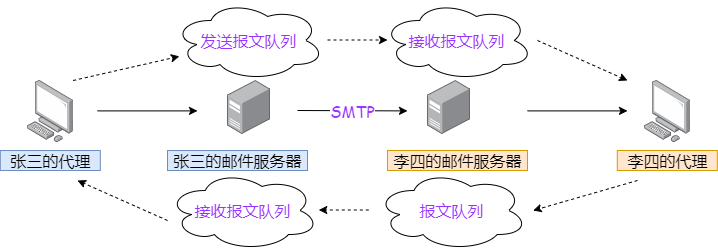
Earlier version of the draw.io export computer_network/应用层2.png (suchuhong/knowledgeImage). Source tidied: cells renumbered, new cells last; positions are measured from the earlier drawing's top-left corner, leaving out a move shared by most shapes. Source of this version:
```xml
<mxGraphModel>
  <root>
    <mxCell id="0" />
    <mxCell id="1" parent="0" />
    <mxCell id="2" style="html=1;align=center;shadow=0;dashed=0;image;image=img/lib/allied_telesis/computer_and_terminals/Personal_Computer.svg;" parent="1" vertex="1">
      <mxGeometry x="27" y="80" width="45.6" height="61.8" as="geometry" />
    </mxCell>
    <mxCell id="3" style="html=1;align=center;shadow=0;dashed=0;image;image=img/lib/allied_telesis/computer_and_terminals/Server_Desktop.svg;" parent="1" vertex="1">
      <mxGeometry x="227" y="80" width="42.6" height="54" as="geometry" />
    </mxCell>
    <mxCell id="4" style="points=[];html=1;align=center;shadow=0;dashed=0;image;image=img/lib/allied_telesis/computer_and_terminals/Personal_Computer.svg;" parent="1" vertex="1">
      <mxGeometry x="644" y="80" width="45.6" height="61.8" as="geometry" />
    </mxCell>
    <mxCell id="5" style="html=1;align=center;shadow=0;dashed=0;image;image=img/lib/allied_telesis/computer_and_terminals/Server_Desktop.svg;" parent="1" vertex="1">
      <mxGeometry x="427" y="80" width="42.6" height="54" as="geometry" />
    </mxCell>
    <mxCell id="6" value="&lt;font style=&quot;font-size: 16px&quot; face=&quot;Comic Sans MS&quot;&gt;张三的代理&lt;/font&gt;" style="text;html=1;align=center;verticalAlign=middle;fillColor=#dae8fc;strokeColor=#6c8ebf;" parent="1" vertex="1">
      <mxGeometry x="-0.2" y="150" width="100" height="20" as="geometry" />
    </mxCell>
    <mxCell id="7" value="&lt;font style=&quot;font-size: 16px&quot; face=&quot;Comic Sans MS&quot;&gt;张三的邮件服务器&lt;br&gt;&lt;/font&gt;" style="text;html=1;align=center;verticalAlign=middle;fillColor=#dae8fc;strokeColor=#6c8ebf;" parent="1" vertex="1">
      <mxGeometry x="167" y="150" width="140" height="20" as="geometry" />
    </mxCell>
    <mxCell id="8" value="&lt;font style=&quot;font-size: 16px&quot; face=&quot;Comic Sans MS&quot;&gt;李四的邮件服务器&lt;/font&gt;" style="text;html=1;align=center;verticalAlign=middle;fillColor=#ffe6cc;strokeColor=#d79b00;" parent="1" vertex="1">
      <mxGeometry x="387" y="150" width="140" height="20" as="geometry" />
    </mxCell>
    <mxCell id="9" value="&lt;font style=&quot;font-size: 16px&quot; face=&quot;Comic Sans MS&quot;&gt;李四的代理&lt;/font&gt;" style="text;html=1;align=center;verticalAlign=middle;fillColor=#ffe6cc;strokeColor=#d79b00;" parent="1" vertex="1">
      <mxGeometry x="616.8" y="150" width="100" height="20" as="geometry" />
    </mxCell>
    <mxCell id="10" style="endArrow=classic;html=1;" parent="1" edge="1">
      <mxGeometry relative="1" as="geometry">
        <mxPoint x="97" y="110.4" as="sourcePoint" />
        <mxPoint x="197" y="110.4" as="targetPoint" />
      </mxGeometry>
    </mxCell>
    <mxCell id="11" style="endArrow=classic;html=1;" parent="1" edge="1">
      <mxGeometry relative="1" as="geometry">
        <mxPoint x="297" y="110" as="sourcePoint" />
        <mxPoint x="407" y="110.4" as="targetPoint" />
      </mxGeometry>
    </mxCell>
    <mxCell id="12" value="SMTP" style="edgeLabel;align=center;verticalAlign=middle;html=1;fontFamily=Comic Sans MS;fontSize=16;fontColor=#9933FF;" parent="11" vertex="1">
      <mxGeometry relative="1" as="geometry" />
    </mxCell>
    <mxCell id="13" style="endArrow=classic;html=1;" parent="1" edge="1">
      <mxGeometry relative="1" as="geometry">
        <mxPoint x="527" y="110.4" as="sourcePoint" />
        <mxPoint x="627" y="110.4" as="targetPoint" />
      </mxGeometry>
    </mxCell>
    <mxCell id="14" value="发送报文队列" style="ellipse;shape=cloud;whiteSpace=wrap;html=1;fontFamily=Comic Sans MS;fontSize=16;fontColor=#9933FF;" parent="1" vertex="1">
      <mxGeometry x="172.6" width="151.3" height="80" as="geometry" />
    </mxCell>
    <mxCell id="15" value="接收报文队列" style="ellipse;shape=cloud;whiteSpace=wrap;html=1;fontFamily=Comic Sans MS;fontSize=16;fontColor=#9933FF;" parent="1" vertex="1">
      <mxGeometry x="381.4" width="151.3" height="80" as="geometry" />
    </mxCell>
    <mxCell id="16" value="报文队列" style="ellipse;shape=cloud;whiteSpace=wrap;html=1;fontFamily=Comic Sans MS;fontSize=16;fontColor=#9933FF;" parent="1" vertex="1">
      <mxGeometry x="375.7" y="170" width="151.3" height="80" as="geometry" />
    </mxCell>
    <mxCell id="17" value="接收报文队列" style="ellipse;shape=cloud;whiteSpace=wrap;html=1;fontFamily=Comic Sans MS;fontSize=16;fontColor=#9933FF;" parent="1" vertex="1">
      <mxGeometry x="167" y="170" width="151.3" height="80" as="geometry" />
    </mxCell>
    <mxCell id="18" style="endArrow=classic;html=1;fontFamily=Comic Sans MS;fontSize=16;fontColor=#9933FF;dashed=1;" parent="1" edge="1" target="14">
      <mxGeometry relative="1" as="geometry">
        <mxPoint x="72.6" y="80" as="sourcePoint" />
      </mxGeometry>
    </mxCell>
    <mxCell id="19" style="endArrow=classic;html=1;dashed=1;" parent="1" edge="1">
      <mxGeometry relative="1" as="geometry">
        <mxPoint x="327" y="39.5" as="sourcePoint" />
        <mxPoint x="387" y="39.5" as="targetPoint" />
      </mxGeometry>
    </mxCell>
    <mxCell id="20" style="endArrow=classic;html=1;dashed=1;fontFamily=Comic Sans MS;fontSize=16;fontColor=#9933FF;" parent="1" edge="1">
      <mxGeometry relative="1" as="geometry">
        <mxPoint x="537" y="40" as="sourcePoint" />
        <mxPoint x="627" y="80" as="targetPoint" />
      </mxGeometry>
    </mxCell>
    <mxCell id="21" style="endArrow=classic;html=1;dashed=1;fontFamily=Comic Sans MS;fontSize=16;fontColor=#9933FF;" parent="1" edge="1">
      <mxGeometry relative="1" as="geometry">
        <mxPoint x="637" y="180" as="sourcePoint" />
        <mxPoint x="532.6" y="210" as="targetPoint" />
      </mxGeometry>
    </mxCell>
    <mxCell id="22" style="endArrow=classic;html=1;dashed=1;fontFamily=Comic Sans MS;fontSize=16;fontColor=#9933FF;" parent="1" edge="1">
      <mxGeometry relative="1" as="geometry">
        <mxPoint x="368.3" y="209.5" as="sourcePoint" />
        <mxPoint x="318.3" y="209.5" as="targetPoint" />
      </mxGeometry>
    </mxCell>
    <mxCell id="23" style="endArrow=classic;html=1;dashed=1;fontFamily=Comic Sans MS;fontSize=16;fontColor=#9933FF;" parent="1" edge="1">
      <mxGeometry relative="1" as="geometry">
        <mxPoint x="167" y="220" as="sourcePoint" />
        <mxPoint x="77" y="180" as="targetPoint" />
      </mxGeometry>
    </mxCell>
  </root>
</mxGraphModel>
```
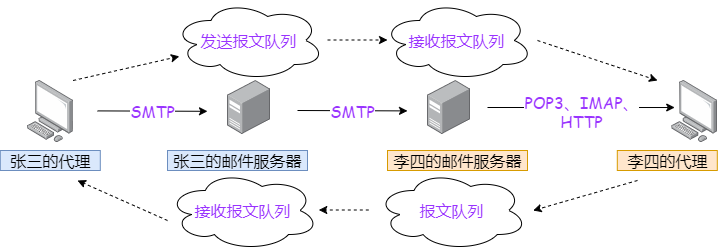
After the change.

Commit message:
更新应用层2.png

Diff of the diagram source:
```diff
@@ -9,7 +9,7 @@
       <mxGeometry x="227" y="80" width="42.6" height="54" as="geometry" />
     </mxCell>
     <mxCell id="4" style="points=[];html=1;align=center;shadow=0;dashed=0;image;image=img/lib/allied_telesis/computer_and_terminals/Personal_Computer.svg;" parent="1" vertex="1">
-      <mxGeometry x="644" y="80" width="45.6" height="61.8" as="geometry" />
+      <mxGeometry x="671.2" y="80" width="45.6" height="61.8" as="geometry" />
     </mxCell>
     <mxCell id="5" style="html=1;align=center;shadow=0;dashed=0;image;image=img/lib/allied_telesis/computer_and_terminals/Server_Desktop.svg;" parent="1" vertex="1">
       <mxGeometry x="427" y="80" width="42.6" height="54" as="geometry" />
@@ -26,12 +26,6 @@
     <mxCell id="9" value="&lt;font style=&quot;font-size: 16px&quot; face=&quot;Comic Sans MS&quot;&gt;李四的代理&lt;/font&gt;" style="text;html=1;align=center;verticalAlign=middle;fillColor=#ffe6cc;strokeColor=#d79b00;" parent="1" vertex="1">
       <mxGeometry x="616.8" y="150" width="100" height="20" as="geometry" />
     </mxCell>
-    <mxCell id="10" style="endArrow=classic;html=1;" parent="1" edge="1">
-      <mxGeometry relative="1" as="geometry">
-        <mxPoint x="97" y="110.4" as="sourcePoint" />
-        <mxPoint x="197" y="110.4" as="targetPoint" />
-      </mxGeometry>
-    </mxCell>
     <mxCell id="11" style="endArrow=classic;html=1;" parent="1" edge="1">
       <mxGeometry relative="1" as="geometry">
         <mxPoint x="297" y="110" as="sourcePoint" />
@@ -41,12 +35,6 @@
     <mxCell id="12" value="SMTP" style="edgeLabel;align=center;verticalAlign=middle;html=1;fontFamily=Comic Sans MS;fontSize=16;fontColor=#9933FF;" parent="11" vertex="1">
       <mxGeometry relative="1" as="geometry" />
     </mxCell>
-    <mxCell id="13" style="endArrow=classic;html=1;" parent="1" edge="1">
-      <mxGeometry relative="1" as="geometry">
-        <mxPoint x="527" y="110.4" as="sourcePoint" />
-        <mxPoint x="627" y="110.4" as="targetPoint" />
-      </mxGeometry>
-    </mxCell>
     <mxCell id="14" value="发送报文队列" style="ellipse;shape=cloud;whiteSpace=wrap;html=1;fontFamily=Comic Sans MS;fontSize=16;fontColor=#9933FF;" parent="1" vertex="1">
       <mxGeometry x="172.6" width="151.3" height="80" as="geometry" />
     </mxCell>
@@ -73,7 +61,7 @@
     <mxCell id="20" style="endArrow=classic;html=1;dashed=1;fontFamily=Comic Sans MS;fontSize=16;fontColor=#9933FF;" parent="1" edge="1">
       <mxGeometry relative="1" as="geometry">
         <mxPoint x="537" y="40" as="sourcePoint" />
-        <mxPoint x="627" y="80" as="targetPoint" />
+        <mxPoint x="657" y="80" as="targetPoint" />
       </mxGeometry>
     </mxCell>
     <mxCell id="21" style="endArrow=classic;html=1;dashed=1;fontFamily=Comic Sans MS;fontSize=16;fontColor=#9933FF;" parent="1" edge="1">
@@ -94,5 +82,24 @@
         <mxPoint x="77" y="180" as="targetPoint" />
       </mxGeometry>
     </mxCell>
+    <mxCell id="24" style="endArrow=classic;html=1;" parent="1" edge="1">
+      <mxGeometry relative="1" as="geometry">
+        <mxPoint x="97" y="110.4" as="sourcePoint" />
+        <mxPoint x="207" y="110.8" as="targetPoint" />
+      </mxGeometry>
+    </mxCell>
+    <mxCell id="25" value="SMTP" style="edgeLabel;align=center;verticalAlign=middle;html=1;fontFamily=Comic Sans MS;fontSize=16;fontColor=#9933FF;" parent="24" vertex="1">
+      <mxGeometry relative="1" as="geometry" />
+    </mxCell>
+    <mxCell id="26" style="endArrow=classic;html=1;entryX=0.066;entryY=0.437;entryDx=0;entryDy=0;entryPerimeter=0;" parent="1" edge="1" target="4">
+      <mxGeometry relative="1" as="geometry">
+        <mxPoint x="487" y="107" as="sourcePoint" />
+      </mxGeometry>
+    </mxCell>
+    <mxCell id="27" value="&lt;font style=&quot;font-size: 16px&quot;&gt;POP3、IMAP、&lt;br&gt;HTTP&lt;/font&gt;" style="edgeLabel;align=center;verticalAlign=middle;html=1;fontFamily=Comic Sans MS;fontSize=12;fontColor=#9933FF;" parent="26" vertex="1">
+      <mxGeometry relative="1" as="geometry">
+        <mxPoint y="3.9" as="offset" />
+      </mxGeometry>
+    </mxCell>
   </root>
 </mxGraphModel>
```
